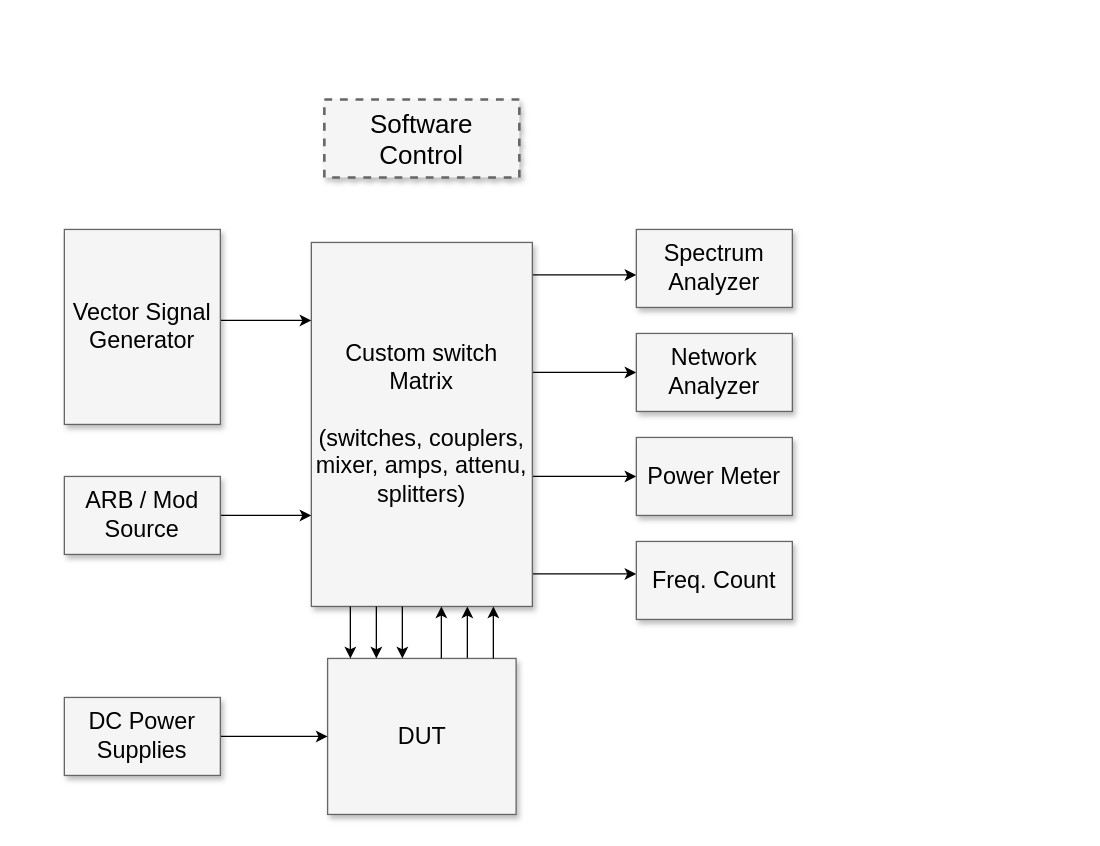
The draw.io diagram Untitled Diagram.drawio in qaprompt/CAN-Bootloader, before the edit. Source tidied: cells renumbered, new cells numbered last; positions are measured from the earlier drawing's top-left corner, leaving out a move shared by most shapes. Both pictures are drawn from the tidied source at 130%, with x=0, y=0 at pixel (64, 99).
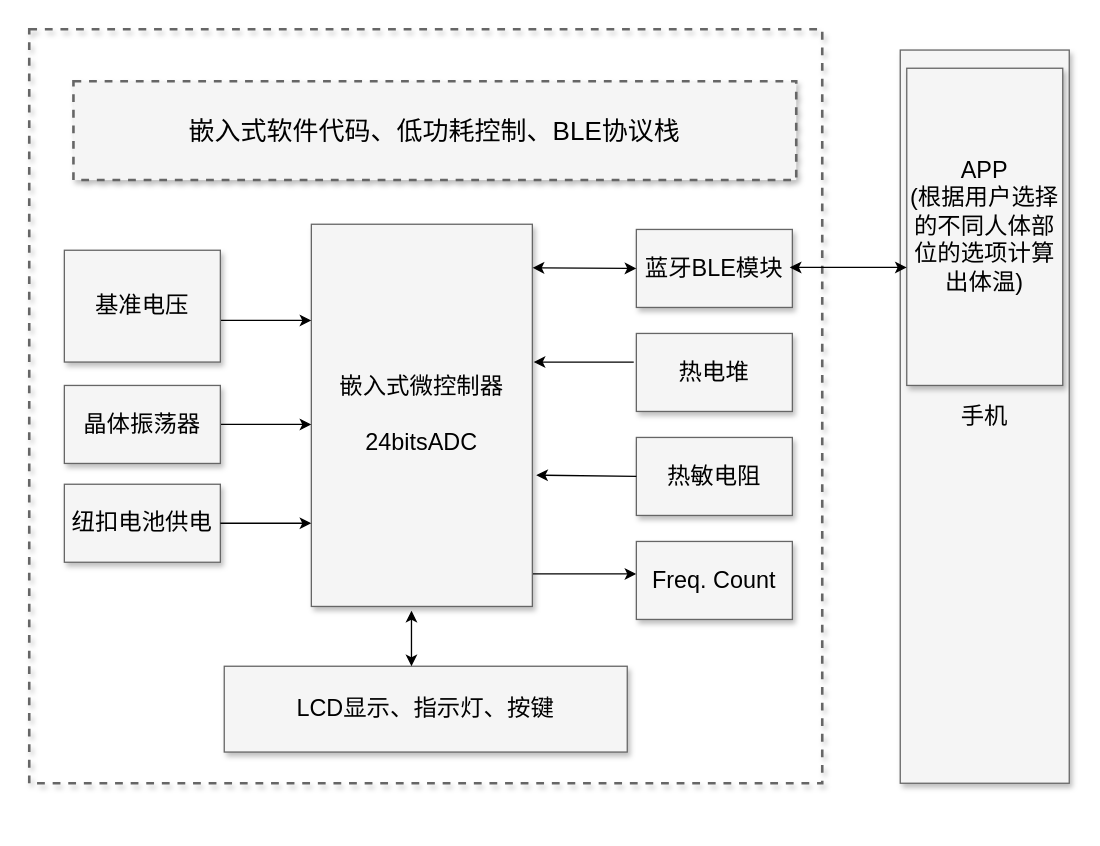
The same page after the edit.

Diff of the diagram source:
```diff
@@
+    <mxCell id="25" value="手机" style="whiteSpace=wrap;html=1;shadow=1;fontSize=18;fillColor=#f5f5f5;strokeColor=#666666;" parent="1" vertex="1">
+      <mxGeometry x="643" y="-38" width="130" height="564" as="geometry" />
+    </mxCell>
+    <mxCell id="26" style="whiteSpace=wrap;html=1;shadow=1;fontSize=20;strokeColor=#666666;strokeWidth=2;dashed=1;fillColor=none;" parent="1" vertex="1">
+      <mxGeometry x="-27" y="-54" width="610" height="580" as="geometry" />
+    </mxCell>
-    <mxCell id="2" value="Software Control" style="whiteSpace=wrap;html=1;shadow=1;fontSize=20;fillColor=#f5f5f5;strokeColor=#666666;strokeWidth=2;dashed=1;" parent="1" vertex="1">
-      <mxGeometry x="200" width="150" height="60" as="geometry" />
+    <mxCell id="2" value="嵌入式软件代码、低功耗控制、BLE协议栈" style="whiteSpace=wrap;html=1;shadow=1;fontSize=20;fillColor=#f5f5f5;strokeColor=#666666;strokeWidth=2;dashed=1;" parent="1" vertex="1">
+      <mxGeometry x="7" y="-14" width="556" height="76" as="geometry" />
     </mxCell>
-    <mxCell id="3" style="edgeStyle=elbowEdgeStyle;rounded=0;html=1;startArrow=none;startFill=0;jettySize=auto;fontSize=18;elbow=vertical;" parent="1" edge="1" source="8" target="9">
-      <mxGeometry relative="1" as="geometry" />
-    </mxCell>
-    <mxCell id="4" style="edgeStyle=elbowEdgeStyle;rounded=0;html=1;startArrow=none;startFill=0;jettySize=auto;fontSize=18;elbow=vertical;" parent="1" edge="1" source="8" target="10">
-      <mxGeometry relative="1" as="geometry" />
-    </mxCell>
-    <mxCell id="5" style="edgeStyle=elbowEdgeStyle;rounded=0;html=1;startArrow=none;startFill=0;jettySize=auto;fontSize=18;elbow=vertical;" parent="1" edge="1" source="8" target="11">
-      <mxGeometry relative="1" as="geometry" />
-    </mxCell>
@@
-    <mxCell id="7" style="edgeStyle=elbowEdgeStyle;rounded=0;html=1;startArrow=none;startFill=0;jettySize=auto;fontSize=18;" parent="1" edge="1" source="17" target="8">
-      <mxGeometry relative="1" as="geometry">
-        <Array as="points">
-          <mxPoint x="310" y="410" />
-        </Array>
-      </mxGeometry>
-    </mxCell>
-    <mxCell id="8" value="Custom switch Matrix&lt;div&gt;&lt;br&gt;&lt;/div&gt;&lt;div&gt;(switches, couplers, mixer, amps, attenu, splitters)&lt;/div&gt;" style="whiteSpace=wrap;html=1;shadow=1;fontSize=18;fillColor=#f5f5f5;strokeColor=#666666;" parent="1" vertex="1">
-      <mxGeometry x="190" y="110" width="170" height="280" as="geometry" />
+    <mxCell id="8" value="嵌入式微控制器&lt;br&gt;&lt;br&gt;24bitsADC" style="whiteSpace=wrap;html=1;shadow=1;fontSize=18;fillColor=#f5f5f5;strokeColor=#666666;" parent="1" vertex="1">
+      <mxGeometry x="190" y="96" width="170" height="294" as="geometry" />
     </mxCell>
-    <mxCell id="9" value="Spectrum Analyzer" style="whiteSpace=wrap;html=1;shadow=1;fontSize=18;fillColor=#f5f5f5;strokeColor=#666666;" parent="1" vertex="1">
+    <mxCell id="9" value="蓝牙BLE模块" style="whiteSpace=wrap;html=1;shadow=1;fontSize=18;fillColor=#f5f5f5;strokeColor=#666666;" parent="1" vertex="1">
       <mxGeometry x="440" y="100" width="120" height="60" as="geometry" />
     </mxCell>
-    <mxCell id="10" value="Network Analyzer" style="whiteSpace=wrap;html=1;shadow=1;fontSize=18;fillColor=#f5f5f5;strokeColor=#666666;" parent="1" vertex="1">
+    <mxCell id="10" value="热电堆" style="whiteSpace=wrap;html=1;shadow=1;fontSize=18;fillColor=#f5f5f5;strokeColor=#666666;" parent="1" vertex="1">
       <mxGeometry x="440" y="180" width="120" height="60" as="geometry" />
     </mxCell>
-    <mxCell id="11" value="Power Meter" style="whiteSpace=wrap;html=1;shadow=1;fontSize=18;fillColor=#f5f5f5;strokeColor=#666666;" parent="1" vertex="1">
+    <mxCell id="11" value="热敏电阻" style="whiteSpace=wrap;html=1;shadow=1;fontSize=18;fillColor=#f5f5f5;strokeColor=#666666;" parent="1" vertex="1">
       <mxGeometry x="440" y="260" width="120" height="60" as="geometry" />
     </mxCell>
@@
-    <mxCell id="14" value="Vector Signal Generator" style="whiteSpace=wrap;html=1;shadow=1;fontSize=18;fillColor=#f5f5f5;strokeColor=#666666;" parent="1" vertex="1">
-      <mxGeometry y="100" width="120" height="150" as="geometry" />
+    <mxCell id="14" value="基准电压" style="whiteSpace=wrap;html=1;shadow=1;fontSize=18;fillColor=#f5f5f5;strokeColor=#666666;" parent="1" vertex="1">
+      <mxGeometry y="116" width="120" height="86" as="geometry" />
     </mxCell>
@@
-    <mxCell id="16" value="ARB / Mod Source" style="whiteSpace=wrap;html=1;shadow=1;fontSize=18;fillColor=#f5f5f5;strokeColor=#666666;" parent="1" vertex="1">
-      <mxGeometry y="290" width="120" height="60" as="geometry" />
+    <mxCell id="16" value="晶体振荡器" style="whiteSpace=wrap;html=1;shadow=1;fontSize=18;fillColor=#f5f5f5;strokeColor=#666666;" parent="1" vertex="1">
+      <mxGeometry y="220" width="120" height="60" as="geometry" />
     </mxCell>
-    <mxCell id="17" value="DUT" style="whiteSpace=wrap;html=1;shadow=1;fontSize=18;fillColor=#f5f5f5;strokeColor=#666666;" parent="1" vertex="1">
-      <mxGeometry x="202.5" y="430" width="145" height="120" as="geometry" />
+    <mxCell id="17" value="LCD显示、指示灯、按键" style="whiteSpace=wrap;html=1;shadow=1;fontSize=18;fillColor=#f5f5f5;strokeColor=#666666;" parent="1" vertex="1">
+      <mxGeometry x="123" y="436" width="310" height="66" as="geometry" />
     </mxCell>
-    <mxCell id="18" style="edgeStyle=elbowEdgeStyle;rounded=0;html=1;startArrow=none;startFill=0;jettySize=auto;fontSize=18;elbow=vertical;" parent="1" edge="1" source="19" target="17">
-      <mxGeometry relative="1" as="geometry" />
-    </mxCell>
-    <mxCell id="19" value="DC Power Supplies" style="whiteSpace=wrap;html=1;shadow=1;fontSize=18;fillColor=#f5f5f5;strokeColor=#666666;" parent="1" vertex="1">
-      <mxGeometry y="460" width="120" height="60" as="geometry" />
+    <mxCell id="19" value="纽扣电池供电" style="whiteSpace=wrap;html=1;shadow=1;fontSize=18;fillColor=#f5f5f5;strokeColor=#666666;" parent="1" vertex="1">
+      <mxGeometry y="296" width="120" height="60" as="geometry" />
     </mxCell>
-    <mxCell id="20" style="edgeStyle=elbowEdgeStyle;rounded=0;html=1;startArrow=none;startFill=0;jettySize=auto;fontSize=18;" parent="1" edge="1" source="17" target="8">
-      <mxGeometry relative="1" as="geometry">
-        <Array as="points">
-          <mxPoint x="330" y="410" />
-          <mxPoint x="310" y="410" />
-        </Array>
-      </mxGeometry>
-    </mxCell>
-    <mxCell id="21" style="edgeStyle=elbowEdgeStyle;rounded=0;html=1;startArrow=none;startFill=0;jettySize=auto;orthogonalLoop=1;fontSize=18;" parent="1" edge="1">
-      <mxGeometry relative="1" as="geometry">
-        <mxPoint x="290" y="430" as="sourcePoint" />
-        <mxPoint x="290" y="390" as="targetPoint" />
-        <Array as="points">
-          <mxPoint x="290" y="410" />
-          <mxPoint x="290" y="410" />
-        </Array>
-      </mxGeometry>
-    </mxCell>
-    <mxCell id="22" style="edgeStyle=elbowEdgeStyle;rounded=0;html=1;startArrow=none;startFill=0;jettySize=auto;orthogonalLoop=1;fontSize=18;" parent="1" edge="1">
-      <mxGeometry relative="1" as="geometry">
-        <mxPoint x="260" y="390" as="sourcePoint" />
-        <mxPoint x="260" y="430" as="targetPoint" />
-        <Array as="points">
-          <mxPoint x="260" y="410" />
-          <mxPoint x="290" y="420" />
-        </Array>
-      </mxGeometry>
-    </mxCell>
-    <mxCell id="23" style="edgeStyle=elbowEdgeStyle;rounded=0;html=1;startArrow=none;startFill=0;jettySize=auto;orthogonalLoop=1;fontSize=18;" parent="1" edge="1">
-      <mxGeometry relative="1" as="geometry">
-        <mxPoint x="240" y="390" as="sourcePoint" />
-        <mxPoint x="240" y="430" as="targetPoint" />
-        <Array as="points">
-          <mxPoint x="240" y="410" />
-          <mxPoint x="270" y="420" />
-        </Array>
-      </mxGeometry>
-    </mxCell>
-    <mxCell id="24" style="edgeStyle=elbowEdgeStyle;rounded=0;html=1;startArrow=none;startFill=0;jettySize=auto;orthogonalLoop=1;fontSize=18;" parent="1" edge="1">
-      <mxGeometry relative="1" as="geometry">
-        <mxPoint x="220" y="390" as="sourcePoint" />
-        <mxPoint x="220" y="430" as="targetPoint" />
-        <Array as="points">
-          <mxPoint x="220" y="410" />
-          <mxPoint x="250" y="420" />
-        </Array>
-      </mxGeometry>
-    </mxCell>
+    <mxCell id="27" style="endArrow=classic;startArrow=classic;html=1;exitX=1;exitY=0.5;exitDx=0;exitDy=0;entryX=-0.027;entryY=0.277;entryDx=0;entryDy=0;entryPerimeter=0;" parent="1" edge="1">
+      <mxGeometry relative="1" as="geometry">
+        <mxPoint x="360.2" y="129.5" as="sourcePoint" />
+        <mxPoint x="440" y="130" as="targetPoint" />
+      </mxGeometry>
+    </mxCell>
+    <mxCell id="28" style="endArrow=classic;html=1;exitX=0;exitY=0.5;exitDx=0;exitDy=0;" parent="1" edge="1" source="11">
+      <mxGeometry relative="1" as="geometry">
+        <mxPoint x="363" y="289" as="targetPoint" />
+      </mxGeometry>
+    </mxCell>
+    <mxCell id="29" style="endArrow=classic;html=1;entryX=1.02;entryY=0.657;entryDx=0;entryDy=0;entryPerimeter=0;" parent="1" edge="1">
+      <mxGeometry relative="1" as="geometry">
+        <mxPoint x="438" y="202" as="sourcePoint" />
+        <mxPoint x="361" y="202" as="targetPoint" />
+      </mxGeometry>
+    </mxCell>
+    <mxCell id="30" style="edgeStyle=elbowEdgeStyle;rounded=0;html=1;startArrow=none;startFill=0;jettySize=auto;orthogonalLoop=1;fontSize=18;elbow=vertical;" parent="1" edge="1">
+      <mxGeometry relative="1" as="geometry">
+        <mxPoint x="120" y="326" as="sourcePoint" />
+        <mxPoint x="190" y="326" as="targetPoint" />
+      </mxGeometry>
+    </mxCell>
+    <mxCell id="31" style="endArrow=classic;startArrow=classic;html=1;entryX=0.453;entryY=1.011;entryDx=0;entryDy=0;entryPerimeter=0;" parent="1" edge="1" target="8">
+      <mxGeometry relative="1" as="geometry">
+        <mxPoint x="267" y="436" as="sourcePoint" />
+      </mxGeometry>
+    </mxCell>
+    <mxCell id="32" value="APP&lt;br&gt;(根据用户选择的不同人体部位的选项计算出体温)" style="whiteSpace=wrap;html=1;shadow=1;fontSize=18;fillColor=#f5f5f5;strokeColor=#666666;" parent="1" vertex="1">
+      <mxGeometry x="648" y="-24" width="120" height="244" as="geometry" />
+    </mxCell>
+    <mxCell id="33" style="endArrow=classic;startArrow=classic;html=1;" parent="1" edge="1">
+      <mxGeometry relative="1" as="geometry">
+        <mxPoint x="558" y="129.2" as="sourcePoint" />
+        <mxPoint x="648" y="129.2" as="targetPoint" />
+      </mxGeometry>
+    </mxCell>
```
